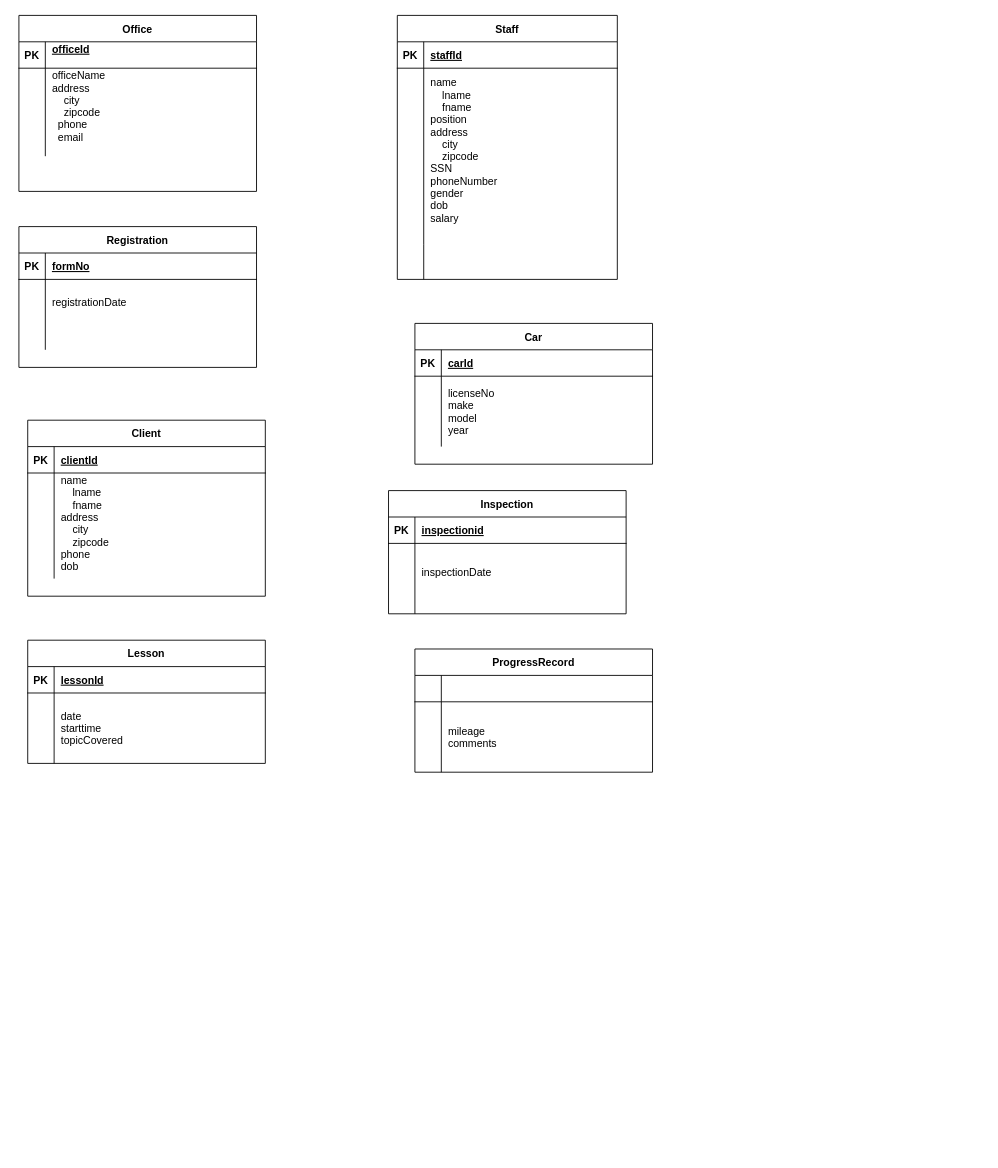
The draw.io diagram dbms project part 1.drawio in arindakhill/7.-DBMS-by-Mrudula-Mukadam, before the edit. Source tidied: cells renumbered, new cells numbered last; positions are measured from the earlier drawing's top-left corner, leaving out a move shared by most shapes. Both pictures are drawn from the tidied source at 88%, with x=0, y=0 at pixel (18, 15).
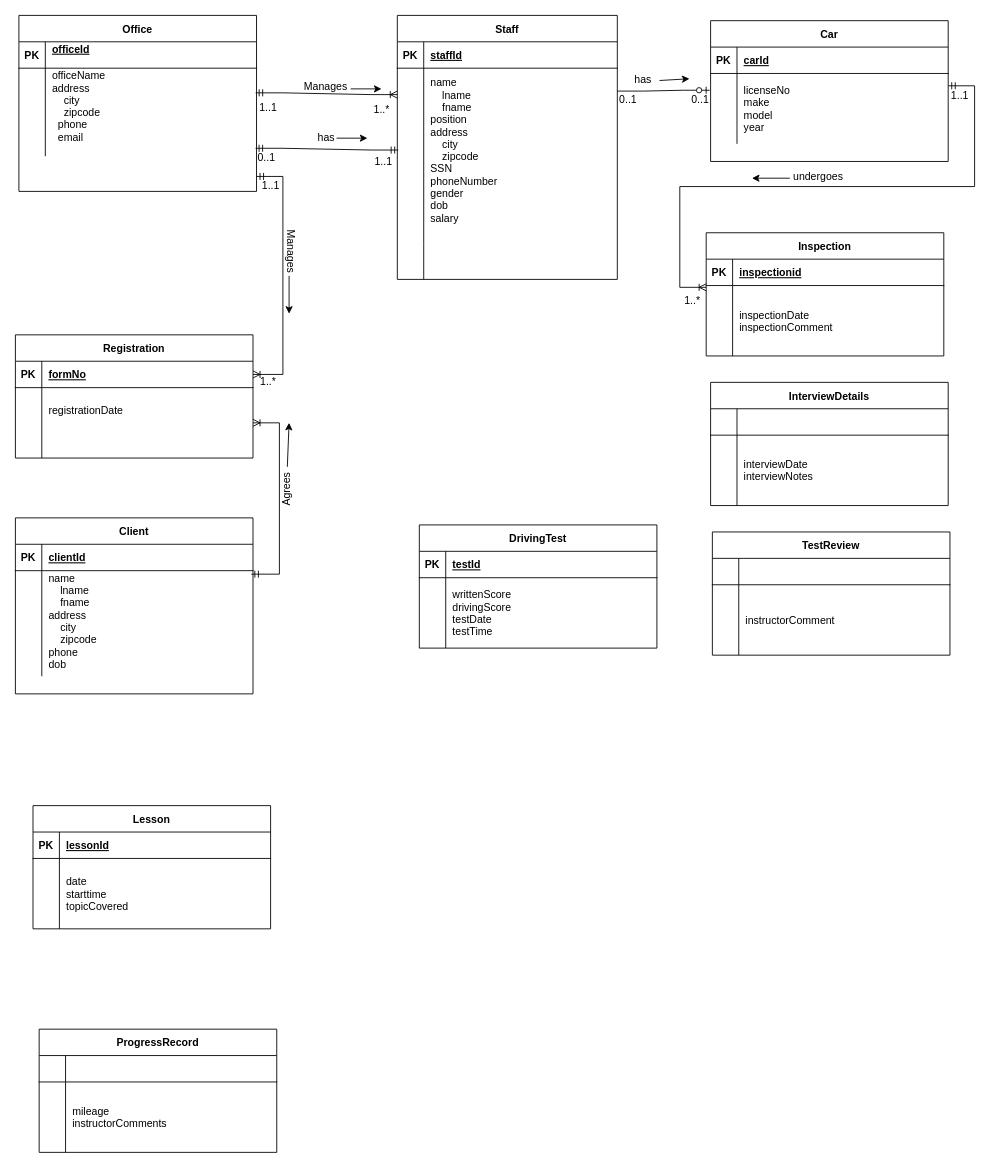
The same page after the edit.

Unchanged cells that the change refers to:
```xml
<mxCell id="6" style="shape=partialRectangle;fillColor=none;points=[[0,0.5],[1,0.5]];portConstraint=eastwest;top=0;left=0;right=0;bottom=0;" parent="2" vertex="1">
  <mxGeometry y="60" width="250" height="200" as="geometry" />
</mxCell>
<mxCell id="16" style="shape=partialRectangle;fillColor=none;points=[[0,0.5],[1,0.5]];portConstraint=eastwest;top=0;left=0;right=0;bottom=0;" parent="12" vertex="1">
  <mxGeometry y="60" width="270" height="100" as="geometry" />
</mxCell>
<mxCell id="23" style="shape=partialRectangle;fillColor=none;points=[[0,0.5],[1,0.5]];portConstraint=eastwest;top=0;left=0;right=0;bottom=0;" parent="19" vertex="1">
  <mxGeometry y="60" width="270" height="120" as="geometry" />
</mxCell>
<mxCell id="27" style="shape=partialRectangle;fillColor=none;points=[[0,0.5],[1,0.5]];portConstraint=eastwest;top=0;left=0;right=0;bottom=1;" parent="26" vertex="1">
  <mxGeometry y="30" width="270" height="30" as="geometry" />
</mxCell>
<mxCell id="30" style="shape=partialRectangle;fillColor=none;points=[[0,0.5],[1,0.5]];portConstraint=eastwest;top=0;left=0;right=0;bottom=0;" parent="26" vertex="1">
  <mxGeometry y="60" width="270" height="80" as="geometry" />
</mxCell>
<mxCell id="37" style="shape=partialRectangle;fillColor=none;points=[[0,0.5],[1,0.5]];portConstraint=eastwest;top=0;left=0;right=0;bottom=0;" parent="33" vertex="1">
  <mxGeometry y="60" width="270" height="80" as="geometry" />
</mxCell>
<mxCell id="44" style="shape=partialRectangle;fillColor=none;top=0;left=0;right=0;bottom=0;" parent="40" vertex="1">
  <mxGeometry y="60" width="270" height="80" as="geometry" />
</mxCell>
<mxCell id="58" style="shape=partialRectangle;fillColor=none;top=0;left=0;right=0;bottom=0;" parent="54" vertex="1">
  <mxGeometry y="60" width="270" height="80" as="geometry" />
</mxCell>
```

Change to the diagram source:
```diff
@@
     <mxCell id="19" value="Client" style="shape=table;startSize=30;childLayout=tableLayout;rowLines=0;fontStyle=1;align=center;" parent="1" vertex="1">
-      <mxGeometry x="10" y="460" width="270" height="200" as="geometry" />
+      <mxGeometry x="-4" y="571" width="270" height="200" as="geometry" />
     </mxCell>
@@
     <mxCell id="26" value="Registration" style="shape=table;startSize=30;childLayout=tableLayout;rowLines=0;fontStyle=1;align=center;" parent="1" vertex="1">
-      <mxGeometry y="240" width="270" height="160" as="geometry" />
+      <mxGeometry x="-4" y="363" width="270" height="140" as="geometry" />
     </mxCell>
@@
     <mxCell id="33" value="Car" style="shape=table;startSize=30;childLayout=tableLayout;rowLines=0;fontStyle=1;align=center;" parent="1" vertex="1">
-      <mxGeometry x="450" y="350" width="270" height="160" as="geometry" />
+      <mxGeometry x="786" y="6" width="270" height="160" as="geometry" />
     </mxCell>
@@
     <mxCell id="40" value="Inspection" style="shape=table;startSize=30;childLayout=tableLayout;rowLines=0;fontStyle=1;align=center;" parent="1" vertex="1">
-      <mxGeometry x="420" y="540" width="270" height="140" as="geometry" />
+      <mxGeometry x="781" y="247" width="270" height="140" as="geometry" />
     </mxCell>
@@
-    <mxCell id="46" value="inspectionDate&#10;" style="shape=partialRectangle;overflow=hidden;fillColor=none;top=0;left=0;bottom=0;right=0;align=left;spacingLeft=6;" parent="44" vertex="1">
+    <mxCell id="46" value="inspectionDate&#10;inspectionComment" style="shape=partialRectangle;overflow=hidden;fillColor=none;top=0;left=0;bottom=0;right=0;align=left;spacingLeft=6;" parent="44" vertex="1">
       <mxGeometry x="30" width="240" height="80" as="geometry" />
     </mxCell>
     <mxCell id="47" value="Lesson" style="shape=table;startSize=30;childLayout=tableLayout;rowLines=0;fontStyle=1;align=center;" parent="1" vertex="1">
-      <mxGeometry x="10" y="710" width="270" height="140" as="geometry" />
+      <mxGeometry x="16" y="898" width="270" height="140" as="geometry" />
     </mxCell>
@@
     <mxCell id="54" value="ProgressRecord" style="shape=table;startSize=30;childLayout=tableLayout;rowLines=0;fontStyle=1;align=center;" parent="1" vertex="1">
-      <mxGeometry x="450" y="720" width="270" height="140" as="geometry" />
+      <mxGeometry x="23" y="1152" width="270" height="140" as="geometry" />
     </mxCell>
@@
-    <mxCell id="60" value="mileage&#10;comments" style="shape=partialRectangle;overflow=hidden;fillColor=none;top=0;left=0;bottom=0;right=0;align=left;spacingLeft=6;" parent="58" vertex="1">
+    <mxCell id="60" value="mileage&#10;instructorComments" style="shape=partialRectangle;overflow=hidden;fillColor=none;top=0;left=0;bottom=0;right=0;align=left;spacingLeft=6;" parent="58" vertex="1">
       <mxGeometry x="30" width="240" height="80" as="geometry" />
     </mxCell>
+    <mxCell id="61" value="DrivingTest" style="shape=table;startSize=30;childLayout=tableLayout;rowLines=0;fontStyle=1;align=center;" parent="1" vertex="1">
+      <mxGeometry x="455" y="579" width="270" height="140" as="geometry" />
+    </mxCell>
+    <mxCell id="62" style="shape=partialRectangle;fillColor=none;top=0;left=0;right=0;bottom=1;" parent="61" vertex="1">
+      <mxGeometry y="30" width="270" height="30" as="geometry" />
+    </mxCell>
+    <mxCell id="63" value="PK" style="shape=partialRectangle;overflow=hidden;fillColor=none;top=0;left=0;bottom=0;right=0;fontStyle=1;" parent="62" vertex="1">
+      <mxGeometry width="30" height="30" as="geometry" />
+    </mxCell>
+    <mxCell id="64" value="testId" style="shape=partialRectangle;overflow=hidden;fillColor=none;top=0;left=0;bottom=0;right=0;align=left;spacingLeft=6;fontStyle=5;" parent="62" vertex="1">
+      <mxGeometry x="30" width="240" height="30" as="geometry" />
+    </mxCell>
+    <mxCell id="65" style="shape=partialRectangle;fillColor=none;top=0;left=0;right=0;bottom=0;" parent="61" vertex="1">
+      <mxGeometry y="60" width="270" height="80" as="geometry" />
+    </mxCell>
+    <mxCell id="66" style="shape=partialRectangle;overflow=hidden;fillColor=none;top=0;left=0;bottom=0;right=0;" parent="65" vertex="1">
+      <mxGeometry width="30" height="80" as="geometry" />
+    </mxCell>
+    <mxCell id="67" value="writtenScore&#10;drivingScore&#10;testDate&#10;testTime" style="shape=partialRectangle;overflow=hidden;fillColor=none;top=0;left=0;bottom=0;right=0;align=left;spacingLeft=6;" parent="65" vertex="1">
+      <mxGeometry x="30" width="240" height="80" as="geometry" />
+    </mxCell>
+    <mxCell id="68" value="TestReview" style="shape=table;startSize=30;childLayout=tableLayout;rowLines=0;fontStyle=1;align=center;" parent="1" vertex="1">
+      <mxGeometry x="788" y="587" width="270" height="140" as="geometry" />
+    </mxCell>
+    <mxCell id="69" style="shape=partialRectangle;fillColor=none;top=0;left=0;right=0;bottom=1;" parent="68" vertex="1">
+      <mxGeometry y="30" width="270" height="30" as="geometry" />
+    </mxCell>
+    <mxCell id="70" style="shape=partialRectangle;overflow=hidden;fillColor=none;top=0;left=0;bottom=0;right=0;fontStyle=1;" parent="69" vertex="1">
+      <mxGeometry width="30" height="30" as="geometry" />
+    </mxCell>
+    <mxCell id="71" style="shape=partialRectangle;overflow=hidden;fillColor=none;top=0;left=0;bottom=0;right=0;align=left;spacingLeft=6;fontStyle=5;" parent="69" vertex="1">
+      <mxGeometry x="30" width="240" height="30" as="geometry" />
+    </mxCell>
+    <mxCell id="72" style="shape=partialRectangle;fillColor=none;top=0;left=0;right=0;bottom=0;" parent="68" vertex="1">
+      <mxGeometry y="60" width="270" height="80" as="geometry" />
+    </mxCell>
+    <mxCell id="73" style="shape=partialRectangle;overflow=hidden;fillColor=none;top=0;left=0;bottom=0;right=0;" parent="72" vertex="1">
+      <mxGeometry width="30" height="80" as="geometry" />
+    </mxCell>
+    <mxCell id="74" value="instructorComment" style="shape=partialRectangle;overflow=hidden;fillColor=none;top=0;left=0;bottom=0;right=0;align=left;spacingLeft=6;" parent="72" vertex="1">
+      <mxGeometry x="30" width="240" height="80" as="geometry" />
+    </mxCell>
+    <mxCell id="75" value="InterviewDetails" style="shape=table;startSize=30;childLayout=tableLayout;rowLines=0;fontStyle=1;align=center;" parent="1" vertex="1">
+      <mxGeometry x="786" y="417" width="270" height="140" as="geometry" />
+    </mxCell>
+    <mxCell id="76" style="shape=partialRectangle;fillColor=none;top=0;left=0;right=0;bottom=1;" parent="75" vertex="1">
+      <mxGeometry y="30" width="270" height="30" as="geometry" />
+    </mxCell>
+    <mxCell id="77" style="shape=partialRectangle;overflow=hidden;fillColor=none;top=0;left=0;bottom=0;right=0;fontStyle=1;" parent="76" vertex="1">
+      <mxGeometry width="30" height="30" as="geometry" />
+    </mxCell>
+    <mxCell id="78" style="shape=partialRectangle;overflow=hidden;fillColor=none;top=0;left=0;bottom=0;right=0;align=left;spacingLeft=6;fontStyle=5;" parent="76" vertex="1">
+      <mxGeometry x="30" width="240" height="30" as="geometry" />
+    </mxCell>
+    <mxCell id="79" style="shape=partialRectangle;fillColor=none;top=0;left=0;right=0;bottom=0;" parent="75" vertex="1">
+      <mxGeometry y="60" width="270" height="80" as="geometry" />
+    </mxCell>
+    <mxCell id="80" style="shape=partialRectangle;overflow=hidden;fillColor=none;top=0;left=0;bottom=0;right=0;" parent="79" vertex="1">
+      <mxGeometry width="30" height="80" as="geometry" />
+    </mxCell>
+    <mxCell id="81" value="interviewDate&#10;interviewNotes" style="shape=partialRectangle;overflow=hidden;fillColor=none;top=0;left=0;bottom=0;right=0;align=left;spacingLeft=6;" parent="79" vertex="1">
+      <mxGeometry x="30" width="240" height="80" as="geometry" />
+    </mxCell>
+    <mxCell id="82" style="edgeStyle=entityRelationEdgeStyle;fontSize=12;html=1;endArrow=ERmandOne;startArrow=ERmandOne;rounded=0;entryX=0.004;entryY=0.465;entryDx=0;entryDy=0;exitX=0.996;exitY=0.91;exitDx=0;exitDy=0;exitPerimeter=0;entryPerimeter=0;" parent="1" edge="1" source="16" target="6">
+      <mxGeometry relative="1" as="geometry" />
+    </mxCell>
+    <mxCell id="83" value="0..1" style="text;html=1;align=center;verticalAlign=middle;strokeColor=none;fillColor=none;" parent="1" vertex="1">
+      <mxGeometry x="262" y="149" width="38" height="26" as="geometry" />
+    </mxCell>
+    <mxCell id="84" value="1..1" style="text;html=1;align=center;verticalAlign=middle;strokeColor=none;fillColor=none;" parent="1" vertex="1">
+      <mxGeometry x="395" y="153" width="38" height="26" as="geometry" />
+    </mxCell>
+    <mxCell id="85" value="1..1" style="text;html=1;align=center;verticalAlign=middle;strokeColor=none;fillColor=none;" parent="1" vertex="1">
+      <mxGeometry x="264" y="92" width="38" height="26" as="geometry" />
+    </mxCell>
+    <mxCell id="86" value="1..*" style="text;html=1;align=center;verticalAlign=middle;strokeColor=none;fillColor=none;" parent="1" vertex="1">
+      <mxGeometry x="394" y="94" width="36" height="26" as="geometry" />
+    </mxCell>
+    <mxCell id="87" value="Manages&amp;nbsp;" style="text;html=1;align=center;verticalAlign=middle;strokeColor=none;fillColor=none;" parent="1" vertex="1">
+      <mxGeometry x="314" y="68" width="71" height="26" as="geometry" />
+    </mxCell>
+    <mxCell id="88" style="endArrow=classic;html=1;rounded=0;" parent="1" edge="1">
+      <mxGeometry relative="1" as="geometry">
+        <mxPoint x="377" y="83.5" as="sourcePoint" />
+        <mxPoint x="412" y="83.5" as="targetPoint" />
+      </mxGeometry>
+    </mxCell>
+    <mxCell id="89" value="has" style="text;html=1;align=center;verticalAlign=middle;strokeColor=none;fillColor=none;" parent="1" vertex="1">
+      <mxGeometry x="330" y="126" width="37" height="26" as="geometry" />
+    </mxCell>
+    <mxCell id="90" style="endArrow=classic;html=1;rounded=0;" parent="1" edge="1">
+      <mxGeometry relative="1" as="geometry">
+        <mxPoint x="361" y="139.5" as="sourcePoint" />
+        <mxPoint x="396" y="139.5" as="targetPoint" />
+      </mxGeometry>
+    </mxCell>
+    <mxCell id="91" style="edgeStyle=entityRelationEdgeStyle;fontSize=12;html=1;endArrow=ERzeroToOne;endFill=1;rounded=0;entryX=-0.004;entryY=0.238;entryDx=0;entryDy=0;entryPerimeter=0;" parent="1" edge="1" target="37">
+      <mxGeometry relative="1" as="geometry">
+        <mxPoint x="680" y="86" as="sourcePoint" />
+      </mxGeometry>
+    </mxCell>
+    <mxCell id="92" value="0..1" style="text;html=1;align=center;verticalAlign=middle;strokeColor=none;fillColor=none;" parent="1" vertex="1">
+      <mxGeometry x="673" y="83" width="38" height="26" as="geometry" />
+    </mxCell>
+    <mxCell id="93" value="0..1" style="text;html=1;align=center;verticalAlign=middle;strokeColor=none;fillColor=none;" parent="1" vertex="1">
+      <mxGeometry x="755" y="83" width="38" height="26" as="geometry" />
+    </mxCell>
+    <mxCell id="94" value="has" style="text;html=1;align=center;verticalAlign=middle;points=[];strokeColor=none;fillColor=none;" parent="1" vertex="1">
+      <mxGeometry x="690" y="60" width="37" height="26" as="geometry" />
+    </mxCell>
+    <mxCell id="95" style="endArrow=classic;html=1;rounded=0;exitX=1.027;exitY=0.538;exitDx=0;exitDy=0;exitPerimeter=0;" parent="1" edge="1" source="94">
+      <mxGeometry relative="1" as="geometry">
+        <mxPoint x="762" y="72" as="targetPoint" />
+      </mxGeometry>
+    </mxCell>
+    <mxCell id="96" style="edgeStyle=entityRelationEdgeStyle;fontSize=12;html=1;endArrow=ERoneToMany;startArrow=ERmandOne;rounded=0;exitX=1;exitY=0.175;exitDx=0;exitDy=0;exitPerimeter=0;" parent="1" edge="1" source="37">
+      <mxGeometry relative="1" as="geometry">
+        <mxPoint x="781" y="309" as="targetPoint" />
+        <Array as="points">
+          <mxPoint x="905" y="191" />
+          <mxPoint x="883" y="219" />
+        </Array>
+      </mxGeometry>
+    </mxCell>
+    <mxCell id="97" style="endArrow=classic;html=1;rounded=0;" parent="1" edge="1">
+      <mxGeometry relative="1" as="geometry">
+        <mxPoint x="876" y="185" as="sourcePoint" />
+        <mxPoint x="833" y="185" as="targetPoint" />
+      </mxGeometry>
+    </mxCell>
+    <mxCell id="98" value="undergoes" style="text;html=1;align=center;verticalAlign=middle;strokeColor=none;fillColor=none;" parent="1" vertex="1">
+      <mxGeometry x="870" y="171" width="75" height="26" as="geometry" />
+    </mxCell>
+    <mxCell id="99" value="1..1" style="text;html=1;align=center;verticalAlign=middle;strokeColor=none;fillColor=none;" parent="1" vertex="1">
+      <mxGeometry x="1050" y="78" width="38" height="26" as="geometry" />
+    </mxCell>
+    <mxCell id="100" value="1..*" style="text;html=1;align=center;verticalAlign=middle;strokeColor=none;fillColor=none;" parent="1" vertex="1">
+      <mxGeometry x="747" y="312" width="36" height="26" as="geometry" />
+    </mxCell>
+    <mxCell id="101" style="edgeStyle=entityRelationEdgeStyle;fontSize=12;html=1;endArrow=ERoneToMany;startArrow=ERmandOne;rounded=0;exitX=0.993;exitY=0.033;exitDx=0;exitDy=0;exitPerimeter=0;" parent="1" edge="1" source="23" target="30">
+      <mxGeometry relative="1" as="geometry" />
+    </mxCell>
+    <mxCell id="102" style="edgeStyle=entityRelationEdgeStyle;fontSize=12;html=1;endArrow=ERoneToMany;startArrow=ERmandOne;rounded=0;entryX=0;entryY=0.15;entryDx=0;entryDy=0;entryPerimeter=0;" parent="1" edge="1" target="6">
+      <mxGeometry relative="1" as="geometry">
+        <mxPoint x="269" y="88" as="sourcePoint" />
+      </mxGeometry>
+    </mxCell>
+    <mxCell id="103" style="edgeStyle=entityRelationEdgeStyle;fontSize=12;html=1;endArrow=ERoneToMany;startArrow=ERmandOne;rounded=0;entryX=1;entryY=0.5;entryDx=0;entryDy=0;" parent="1" edge="1" target="27">
+      <mxGeometry relative="1" as="geometry">
+        <mxPoint x="270" y="183" as="sourcePoint" />
+        <Array as="points">
+          <mxPoint x="-26" y="265" />
+          <mxPoint x="-38" y="258" />
+          <mxPoint x="-15" y="263" />
+        </Array>
+      </mxGeometry>
+    </mxCell>
+    <mxCell id="104" value="Manages&amp;nbsp;" style="text;html=1;align=center;verticalAlign=middle;strokeColor=none;fillColor=none;rotation=90;" parent="1" vertex="1">
+      <mxGeometry x="274" y="256" width="71" height="26" as="geometry" />
+    </mxCell>
+    <mxCell id="105" style="endArrow=classic;html=1;rounded=0;" parent="1" edge="1">
+      <mxGeometry relative="1" as="geometry">
+        <mxPoint x="307" y="296" as="sourcePoint" />
+        <mxPoint x="307" y="339" as="targetPoint" />
+      </mxGeometry>
+    </mxCell>
+    <mxCell id="106" value="1..1" style="text;html=1;align=center;verticalAlign=middle;strokeColor=none;fillColor=none;" parent="1" vertex="1">
+      <mxGeometry x="267" y="181" width="38" height="26" as="geometry" />
+    </mxCell>
+    <mxCell id="107" value="1..*" style="text;html=1;align=center;verticalAlign=middle;strokeColor=none;fillColor=none;" parent="1" vertex="1">
+      <mxGeometry x="265" y="403" width="36" height="26" as="geometry" />
+    </mxCell>
+    <mxCell id="108" value="Agrees" style="text;html=1;align=center;verticalAlign=middle;strokeColor=none;fillColor=none;rotation=270;" parent="1" vertex="1">
+      <mxGeometry x="276" y="526" width="56" height="26" as="geometry" />
+    </mxCell>
+    <mxCell id="109" style="endArrow=classic;html=1;rounded=0;" parent="1" edge="1">
+      <mxGeometry relative="1" as="geometry">
+        <mxPoint x="305" y="513" as="sourcePoint" />
+        <mxPoint x="307" y="463" as="targetPoint" />
+      </mxGeometry>
+    </mxCell>
```
